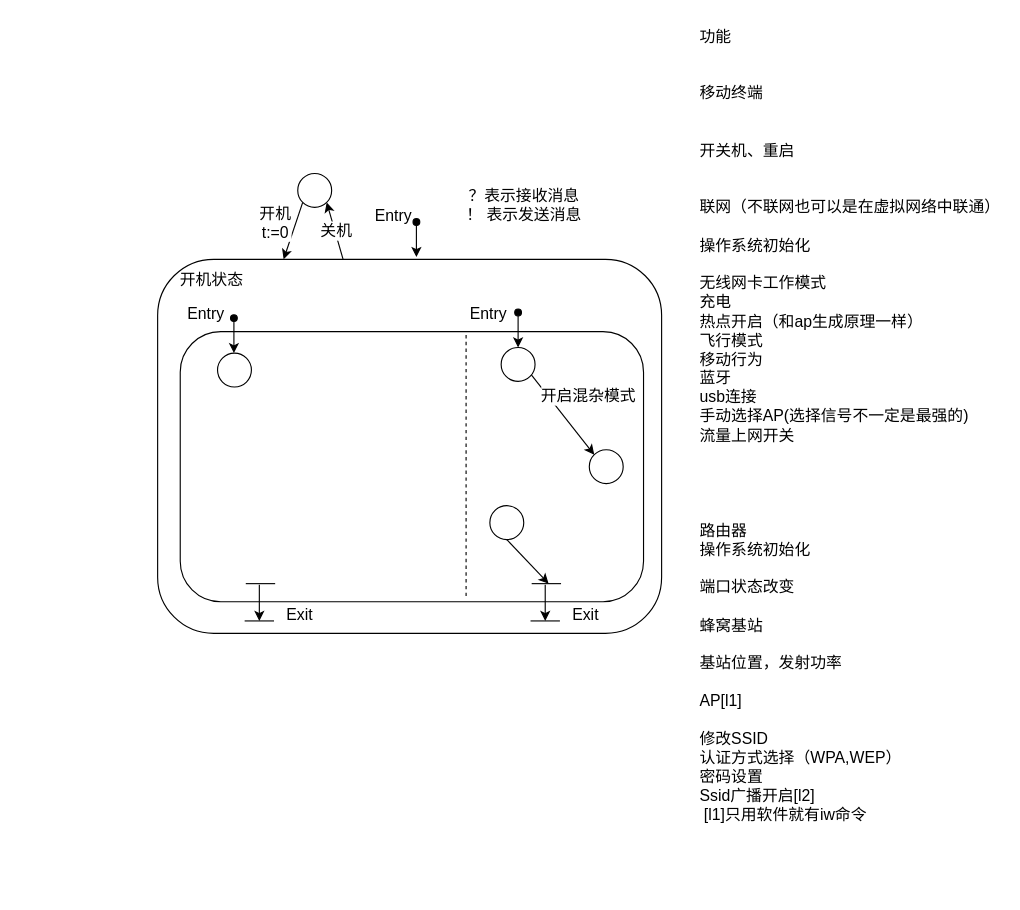
Before: page "Page-3" (3 of 3) of 时间自动机.drawio in Icarus1994/neutron_conf, a draw.io diagram. Source tidied: cells renumbered, new cells numbered last; positions are measured from the earlier drawing's top-left corner, leaving out a move shared by most shapes. Both pictures are drawn from the tidied source at 113%, with x=0, y=0 at pixel (157, 19).
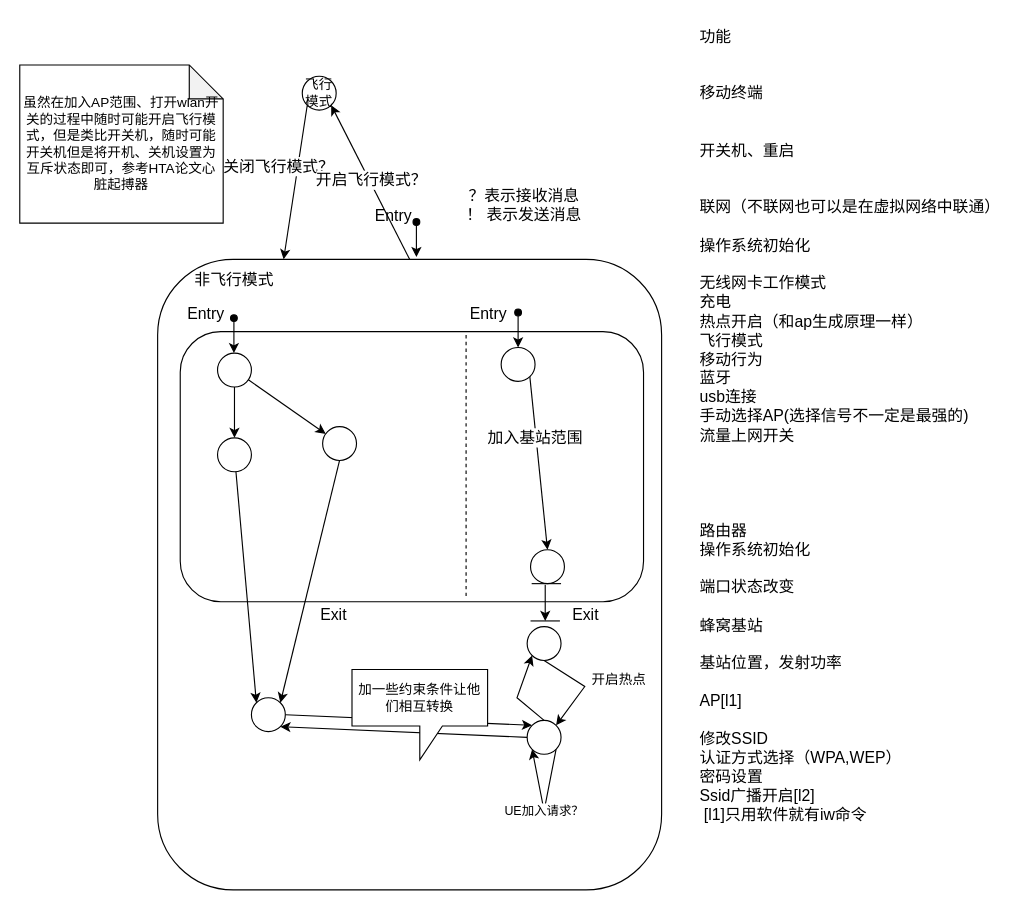
After the change.

Commit message:
Update 时间自动机.drawio

Unchanged cells that the change refers to:
```xml
<mxCell id="4" style="ellipse;whiteSpace=wrap;html=1;" parent="1" vertex="1">
  <mxGeometry x="53" y="295" width="30" height="30" as="geometry" />
</mxCell>
<mxCell id="29" style="edgeStyle=none;rounded=0;jettySize=auto;html=1;exitX=1;exitY=1;exitDx=0;exitDy=0;entryX=0.25;entryY=0;entryDx=0;entryDy=0;startArrow=none;startFill=0;" parent="1" edge="1" source="33" target="2">
  <mxGeometry relative="1" as="geometry" />
</mxCell>
```

Change to the diagram source:
```diff
@@
     <mxCell id="2" style="rounded=1;whiteSpace=wrap;html=1;" parent="1" vertex="1">
-      <mxGeometry y="212" width="446" height="331" as="geometry" />
+      <mxGeometry y="212" width="446" height="558" as="geometry" />
     </mxCell>
@@
+    <mxCell id="38" style="rounded=0;jettySize=auto;html=1;" parent="1" edge="1" source="4" target="43">
+      <mxGeometry relative="1" as="geometry" />
+    </mxCell>
+    <mxCell id="39" style="rounded=0;jettySize=auto;html=1;" parent="1" edge="1" source="4" target="41">
+      <mxGeometry relative="1" as="geometry" />
+    </mxCell>
@@
+    <mxCell id="40" style="edgeStyle=none;rounded=0;jettySize=auto;html=1;exitX=0.5;exitY=1;exitDx=0;exitDy=0;entryX=1;entryY=0;entryDx=0;entryDy=0;" parent="1" edge="1" source="41" target="46">
+      <mxGeometry relative="1" as="geometry" />
+    </mxCell>
+    <mxCell id="41" style="ellipse;whiteSpace=wrap;html=1;" parent="1" vertex="1">
+      <mxGeometry x="146" y="360" width="30" height="30" as="geometry" />
+    </mxCell>
+    <mxCell id="42" style="edgeStyle=none;rounded=0;jettySize=auto;html=1;entryX=0;entryY=0;entryDx=0;entryDy=0;" parent="1" edge="1" source="43" target="46">
+      <mxGeometry relative="1" as="geometry" />
+    </mxCell>
+    <mxCell id="43" style="ellipse;whiteSpace=wrap;html=1;" parent="1" vertex="1">
+      <mxGeometry x="53" y="370" width="30" height="30" as="geometry" />
+    </mxCell>
@@
-    <mxCell id="6" value="&lt;font style=&quot;font-size: 14px&quot;&gt;开机状态&lt;/font&gt;" style="text;html=1;strokeColor=none;fillColor=none;align=center;verticalAlign=middle;whiteSpace=wrap;rounded=0;" parent="1" vertex="1">
-      <mxGeometry x="18" y="220" width="60" height="20" as="geometry" />
+    <mxCell id="6" value="&lt;font style=&quot;font-size: 14px&quot;&gt;非飞行模式&lt;/font&gt;" style="text;html=1;strokeColor=none;fillColor=none;align=center;verticalAlign=middle;whiteSpace=wrap;rounded=0;" parent="1" vertex="1">
+      <mxGeometry x="18" y="220" width="100" height="20" as="geometry" />
     </mxCell>
-    <mxCell id="7" style="edgeStyle=none;rounded=0;jettySize=auto;html=1;entryX=0;entryY=0;entryDx=0;entryDy=0;" parent="1" edge="1" target="10">
+    <mxCell id="7" style="edgeStyle=none;rounded=0;jettySize=auto;html=1;entryX=0.5;entryY=0;entryDx=0;entryDy=0;" parent="1" edge="1" target="10">
       <mxGeometry relative="1" as="geometry">
         <mxPoint x="329" y="312" as="sourcePoint" />
       </mxGeometry>
     </mxCell>
-    <mxCell id="8" value="&lt;font style=&quot;font-size: 14px&quot;&gt;开启混杂模式&lt;/font&gt;" style="text;html=1;align=center;verticalAlign=middle;labelBackgroundColor=#ffffff;" parent="7" vertex="1">
+    <mxCell id="8" value="&lt;span style=&quot;font-size: 14px&quot;&gt;加入基站范围&lt;/span&gt;" style="text;html=1;align=center;verticalAlign=middle;labelBackgroundColor=#ffffff;" parent="7" vertex="1">
       <mxGeometry x="-0.16" y="2" relative="1" as="geometry">
-        <mxPoint x="26" y="-9.4" as="offset" />
+        <mxPoint x="-3.7" y="-7.5" as="offset" />
       </mxGeometry>
     </mxCell>
@@
     <mxCell id="10" style="ellipse;whiteSpace=wrap;html=1;" parent="1" vertex="1">
-      <mxGeometry x="382" y="380.5" width="30" height="30" as="geometry" />
+      <mxGeometry x="330" y="469" width="30" height="30" as="geometry" />
     </mxCell>
-    <mxCell id="11" style="edgeStyle=none;rounded=0;jettySize=auto;html=1;exitX=0.5;exitY=1;exitDx=0;exitDy=0;startArrow=none;startFill=0;" parent="1" edge="1" source="12">
-      <mxGeometry relative="1" as="geometry">
-        <mxPoint x="346" y="499" as="targetPoint" />
-      </mxGeometry>
-    </mxCell>
-    <mxCell id="12" style="ellipse;whiteSpace=wrap;html=1;" parent="1" vertex="1">
-      <mxGeometry x="294" y="430" width="30" height="30" as="geometry" />
-    </mxCell>
@@
-    <mxCell id="23" style="group;" parent="1" vertex="1">
-      <mxGeometry x="77" y="499" width="27" height="33" as="geometry" />
-    </mxCell>
-    <mxCell id="24" style="endArrow=classic;html=1;" parent="23" edge="1">
-      <mxGeometry relative="1" as="geometry">
-        <mxPoint x="13" y="1" as="sourcePoint" />
-        <mxPoint x="13" y="33" as="targetPoint" />
-      </mxGeometry>
-    </mxCell>
-    <mxCell id="25" style="endArrow=none;html=1;" parent="23" edge="1">
-      <mxGeometry relative="1" as="geometry">
-        <mxPoint x="1" as="sourcePoint" />
-        <mxPoint x="27" as="targetPoint" />
-      </mxGeometry>
-    </mxCell>
-    <mxCell id="26" style="endArrow=none;html=1;" parent="23" edge="1">
-      <mxGeometry relative="1" as="geometry">
-        <mxPoint y="33" as="sourcePoint" />
-        <mxPoint x="26" y="33" as="targetPoint" />
-      </mxGeometry>
-    </mxCell>
     <mxCell id="27" value="&lt;font style=&quot;font-size: 14px&quot;&gt;Exit&lt;/font&gt;" style="text;html=1;strokeColor=none;fillColor=none;align=center;verticalAlign=middle;whiteSpace=wrap;rounded=0;" parent="1" vertex="1">
-      <mxGeometry x="106" y="517" width="40" height="20" as="geometry" />
+      <mxGeometry x="136" y="517" width="40" height="20" as="geometry" />
     </mxCell>
@@
-    <mxCell id="30" value="&lt;font style=&quot;font-size: 14px&quot;&gt;开机&lt;br&gt;t:=0&lt;/font&gt;" style="text;html=1;align=center;verticalAlign=middle;labelBackgroundColor=#ffffff;" parent="29" vertex="1">
+    <mxCell id="30" value="&lt;span style=&quot;font-size: 14px&quot;&gt;关闭飞行模式？&lt;/span&gt;" style="text;html=1;align=center;verticalAlign=middle;labelBackgroundColor=#ffffff;" parent="29" vertex="1">
       <mxGeometry x="-0.15" relative="1" as="geometry">
         <mxPoint x="-17.1" y="-4.4" as="offset" />
       </mxGeometry>
     </mxCell>
-    <mxCell id="31" style="edgeStyle=none;rounded=0;jettySize=auto;html=1;exitX=1;exitY=0;exitDx=0;exitDy=0;entryX=0.368;entryY=0;entryDx=0;entryDy=0;entryPerimeter=0;startArrow=classic;startFill=1;endArrow=none;endFill=0;" parent="1" edge="1" source="33" target="2">
+    <mxCell id="31" style="edgeStyle=none;rounded=0;jettySize=auto;html=1;exitX=1;exitY=0;exitDx=0;exitDy=0;entryX=0.5;entryY=0;entryDx=0;entryDy=0;startArrow=classic;startFill=1;endArrow=none;endFill=0;" parent="1" edge="1" source="33" target="2">
       <mxGeometry relative="1" as="geometry" />
     </mxCell>
-    <mxCell id="32" value="&lt;font style=&quot;font-size: 14px&quot;&gt;关机&lt;/font&gt;" style="text;html=1;align=center;verticalAlign=middle;labelBackgroundColor=#ffffff;" parent="31" vertex="1">
+    <mxCell id="32" value="&lt;font style=&quot;font-size: 14px&quot;&gt;开启飞行模式？&lt;/font&gt;" style="text;html=1;align=center;verticalAlign=middle;labelBackgroundColor=#ffffff;" parent="31" vertex="1">
       <mxGeometry x="-0.02" y="1" relative="1" as="geometry" />
     </mxCell>
-    <mxCell id="33" style="ellipse;whiteSpace=wrap;html=1;direction=south;" parent="1" vertex="1">
-      <mxGeometry x="124" y="136" width="30" height="30" as="geometry" />
+    <mxCell id="33" value="飞行模式" style="ellipse;whiteSpace=wrap;html=1;direction=south;" parent="1" vertex="1">
+      <mxGeometry x="128" y="50" width="30" height="30" as="geometry" />
     </mxCell>
@@
+    <mxCell id="44" value="虽然在加入AP范围、打开wlan开关的过程中随时可能开启飞行模式，但是类比开关机，随时可能开关机但是将开机、关机设置为互斥状态即可，参考HTA论文心脏起搏器" style="shape=note;whiteSpace=wrap;html=1;backgroundOutline=1;darkOpacity=0.05;" parent="1" vertex="1">
+      <mxGeometry x="-122" y="40" width="180" height="140" as="geometry" />
+    </mxCell>
+    <mxCell id="45" style="edgeStyle=none;rounded=0;jettySize=auto;html=1;exitX=1;exitY=0.5;exitDx=0;exitDy=0;entryX=0;entryY=0;entryDx=0;entryDy=0;" parent="1" edge="1" source="46" target="52">
+      <mxGeometry relative="1" as="geometry" />
+    </mxCell>
+    <mxCell id="46" style="ellipse;whiteSpace=wrap;html=1;" parent="1" vertex="1">
+      <mxGeometry x="83" y="600" width="30" height="30" as="geometry" />
+    </mxCell>
+    <mxCell id="47" style="edgeStyle=none;rounded=0;jettySize=auto;html=1;exitX=0;exitY=0.5;exitDx=0;exitDy=0;entryX=1;entryY=1;entryDx=0;entryDy=0;" parent="1" edge="1" source="52" target="46">
+      <mxGeometry relative="1" as="geometry" />
+    </mxCell>
+    <mxCell id="48" style="edgeStyle=none;rounded=0;jettySize=auto;html=1;exitX=0.5;exitY=1;exitDx=0;exitDy=0;entryX=1;entryY=0;entryDx=0;entryDy=0;" parent="1" edge="1" source="50" target="52">
+      <mxGeometry relative="1" as="geometry">
+        <Array as="points">
+          <mxPoint x="378" y="590" />
+        </Array>
+      </mxGeometry>
+    </mxCell>
+    <mxCell id="49" value="开启热点" style="text;html=1;align=center;verticalAlign=middle;labelBackgroundColor=#ffffff;" parent="48" vertex="1">
+      <mxGeometry x="-0.03" y="1" relative="1" as="geometry">
+        <mxPoint x="30.9" y="-4.3" as="offset" />
+      </mxGeometry>
+    </mxCell>
+    <mxCell id="50" style="ellipse;whiteSpace=wrap;html=1;" parent="1" vertex="1">
+      <mxGeometry x="327" y="537" width="30" height="30" as="geometry" />
+    </mxCell>
+    <mxCell id="51" style="edgeStyle=none;rounded=0;jettySize=auto;html=1;entryX=0;entryY=1;entryDx=0;entryDy=0;exitX=0.5;exitY=0;exitDx=0;exitDy=0;" parent="1" edge="1" source="52" target="50">
+      <mxGeometry relative="1" as="geometry">
+        <Array as="points">
+          <mxPoint x="318" y="600" />
+        </Array>
+      </mxGeometry>
+    </mxCell>
+    <mxCell id="52" style="ellipse;whiteSpace=wrap;html=1;" parent="1" vertex="1">
+      <mxGeometry x="327" y="620" width="30" height="30" as="geometry" />
+    </mxCell>
+    <mxCell id="53" value="加一些约束条件让他们相互转换" style="shape=callout;whiteSpace=wrap;html=1;perimeter=calloutPerimeter;" parent="1" vertex="1">
+      <mxGeometry x="172" y="575" width="120" height="80" as="geometry" />
+    </mxCell>
+    <mxCell id="54" value="UE加入请求？" style="edgeStyle=none;rounded=0;orthogonalLoop=1;jettySize=auto;html=1;exitX=1;exitY=1;exitDx=0;exitDy=0;entryX=0;entryY=1;entryDx=0;entryDy=0;" parent="1" edge="1" source="52" target="52">
+      <mxGeometry relative="1" as="geometry">
+        <Array as="points">
+          <mxPoint x="342" y="700" />
+        </Array>
+      </mxGeometry>
+    </mxCell>
```
